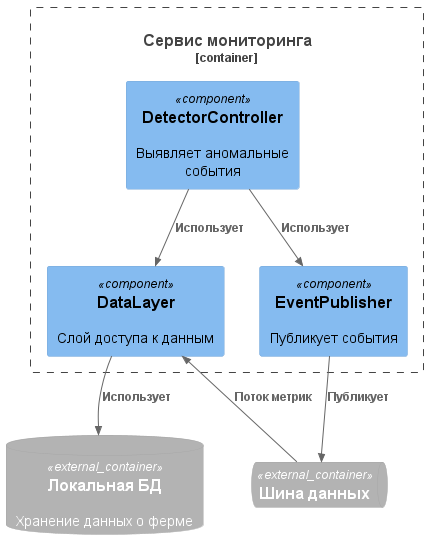
Above: out/Task3/agent/agent_monitoring_components/agent_monitoring_components.png in KatChaotic/MSA-AgroTech (PlantUML), before the change.
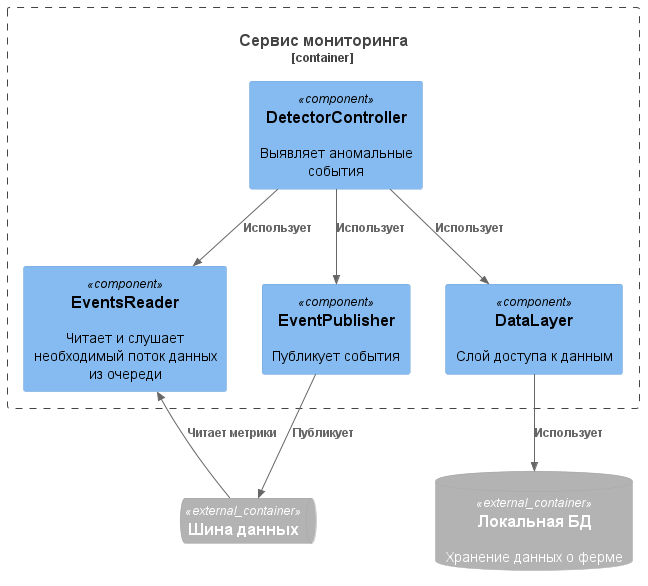
The same diagram one commit later.

Diff of the diagram source:
```diff
@@ -8,15 +8,18 @@
 Container_Boundary(agent_monitoring, "Сервис мониторинга") {
     Component(DataLayer, "DataLayer", "", "Слой доступа к данным")
 
+    Component(EventsReader, "EventsReader", "", "Читает и слушает необходимый поток данных из очереди")
+
     Component(DetectorController, "DetectorController", "", "Выявляет аномальные события")
 
     Component(EventPublisher, "EventPublisher", "", "Публикует события")
 }
 
 Rel(DataLayer, agent_db, "Использует")
-Rel(agent_service_bus, DataLayer, "Поток метрик")
+Rel(agent_service_bus, EventsReader, "Читает метрики")
 
 Rel(DetectorController, DataLayer, "Использует")
+Rel(DetectorController, EventsReader, "Использует")
 Rel(DetectorController, EventPublisher, "Использует")
 
 Rel(EventPublisher, agent_service_bus, "Публикует")
```
